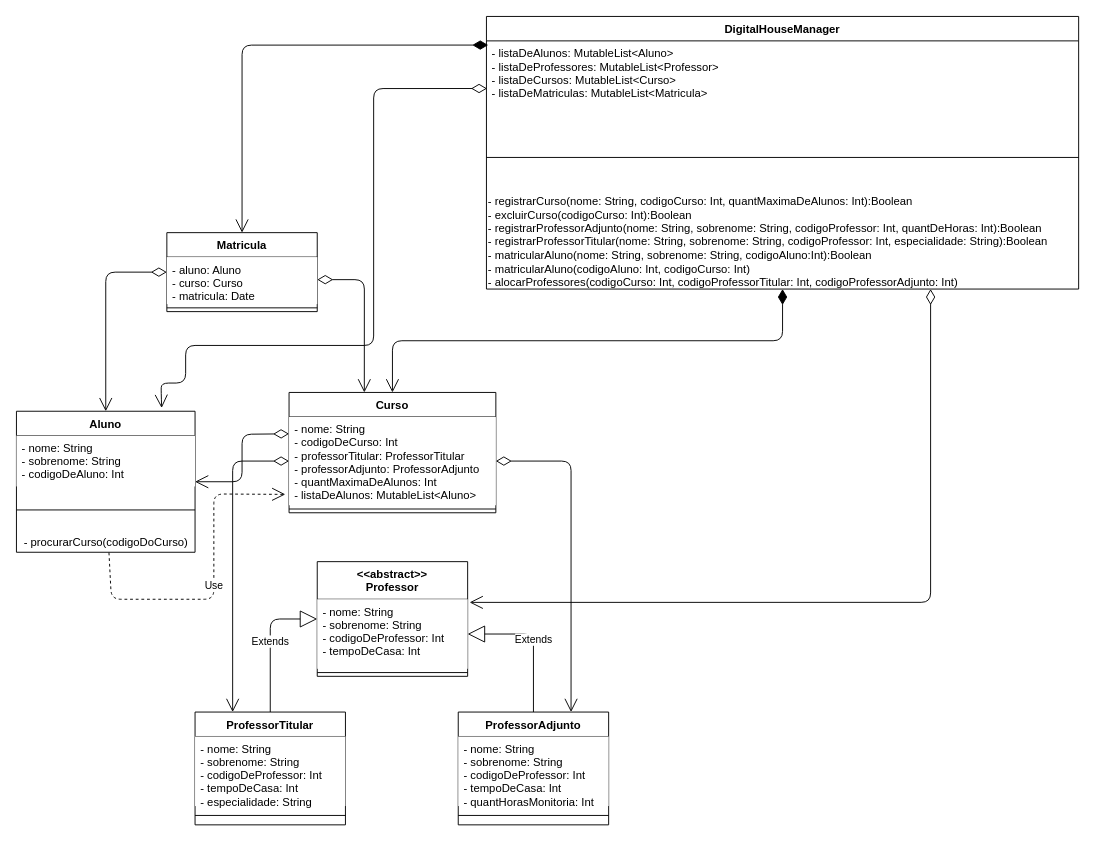
Before: uml/parteK.drawio in ItaloJamison/desafioKotlin, a draw.io diagram. Source tidied: cells renumbered, new cells numbered last; positions are measured from the earlier drawing's top-left corner, leaving out a move shared by most shapes. Both pictures are drawn from the tidied source at 94%, with x=0, y=0 at pixel (16, 16).
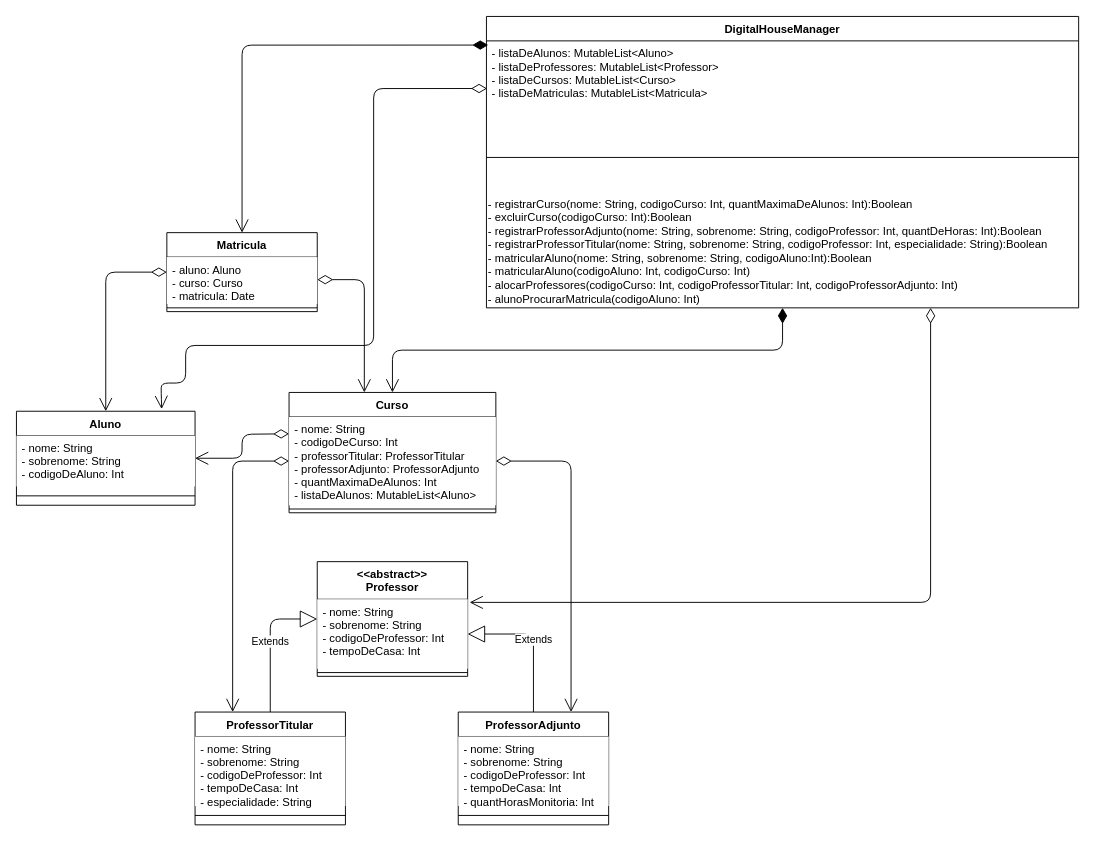
Above is the later version.

Commit message (it also covers changes not shown here):
Atualizando UML

Unchanged cells that the change refers to:
```xml
<mxCell id="31" value="- nome: String&#10;- codigoDeCurso: Int&#10;- professorTitular: ProfessorTitular&#10;- professorAdjunto: ProfessorAdjunto&#10;- quantMaximaDeAlunos: Int&#10;- listaDeAlunos: MutableList&lt;Aluno&gt;&#10;" style="text;strokeColor=none;align=left;verticalAlign=top;spacingLeft=4;spacingRight=4;overflow=hidden;points=[[0,0.5],[1,0.5]];portConstraint=eastwest;fillColor=#ffffff;" parent="30" vertex="1">
  <mxGeometry y="26" width="220" height="94" as="geometry" />
</mxCell>
```

Change to the diagram source:
```diff
@@
     <mxCell id="16" value="DigitalHouseManager" style="swimlane;fontStyle=1;align=center;verticalAlign=middle;horizontal=1;startSize=26;" parent="1" vertex="1">
-      <mxGeometry x="500" width="630" height="290" as="geometry" />
+      <mxGeometry x="500" width="630" height="310" as="geometry" />
     </mxCell>
@@
-    <mxCell id="19" value="&lt;div&gt;- registrarCurso(nome: String, codigoCurso: Int, quantMaximaDeAlunos: Int):Boolean&lt;/div&gt;&lt;div&gt;- excluirCurso(codigoCurso: Int):Boolean&lt;/div&gt;&lt;div&gt;- registrarProfessorAdjunto(nome: String, sobrenome: String, codigoProfessor: Int, quantDeHoras: Int):Boolean&lt;/div&gt;&lt;div&gt;- registrarProfessorTitular(nome: String, sobrenome: String, codigoProfessor: Int, especialidade: String):Boolean&lt;/div&gt;&lt;div&gt;- matricularAluno(nome: String, sobrenome: String, codigoAluno:Int):Boolean&lt;/div&gt;&lt;div&gt;- matricularAluno(codigoAluno: Int, codigoCurso: Int)&lt;/div&gt;&lt;div&gt;- alocarProfessores(codigoCurso: Int, codigoProfessorTitular: Int, codigoProfessorAdjunto: Int)&lt;/div&gt;" style="text;html=1;align=left;verticalAlign=middle;horizontal=1;rounded=0;" parent="16" vertex="1">
-      <mxGeometry y="190" width="630" height="100" as="geometry" />
+    <mxCell id="19" value="&lt;div&gt;- registrarCurso(nome: String, codigoCurso: Int, quantMaximaDeAlunos: Int):Boolean&lt;/div&gt;&lt;div&gt;- excluirCurso(codigoCurso: Int):Boolean&lt;/div&gt;&lt;div&gt;- registrarProfessorAdjunto(nome: String, sobrenome: String, codigoProfessor: Int, quantDeHoras: Int):Boolean&lt;/div&gt;&lt;div&gt;- registrarProfessorTitular(nome: String, sobrenome: String, codigoProfessor: Int, especialidade: String):Boolean&lt;/div&gt;&lt;div&gt;- matricularAluno(nome: String, sobrenome: String, codigoAluno:Int):Boolean&lt;/div&gt;&lt;div&gt;- matricularAluno(codigoAluno: Int, codigoCurso: Int)&lt;/div&gt;&lt;div&gt;- alocarProfessores(codigoCurso: Int, codigoProfessorTitular: Int, codigoProfessorAdjunto: Int)&lt;/div&gt;&lt;div&gt;- alunoProcurarMatricula(codigoAluno: Int)&lt;/div&gt;" style="text;html=1;align=left;verticalAlign=middle;horizontal=1;rounded=0;" parent="16" vertex="1">
+      <mxGeometry y="190" width="630" height="120" as="geometry" />
     </mxCell>
     <mxCell id="20" value="Aluno" style="swimlane;fontStyle=1;align=center;verticalAlign=top;horizontal=1;startSize=26;" parent="1" vertex="1">
-      <mxGeometry y="420" width="190" height="150" as="geometry" />
+      <mxGeometry y="420" width="190" height="100" as="geometry" />
     </mxCell>
@@
     <mxCell id="22" style="line;strokeWidth=1;fillColor=none;align=left;verticalAlign=middle;spacingTop=-1;spacingLeft=3;spacingRight=3;labelPosition=right;" parent="20" vertex="1">
-      <mxGeometry y="80" width="190" height="50" as="geometry" />
+      <mxGeometry y="80" width="190" height="20" as="geometry" />
     </mxCell>
-    <mxCell id="23" value="- procurarCurso(codigoDoCurso)" style="text;html=1;align=center;verticalAlign=middle;points=[];" parent="20" vertex="1">
-      <mxGeometry y="130" width="190" height="20" as="geometry" />
-    </mxCell>
@@
-    <mxCell id="36" value="Use" style="endArrow=open;endSize=12;dashed=1;html=1;entryX=-0.018;entryY=0.877;entryDx=0;entryDy=0;entryPerimeter=0;exitX=0.518;exitY=1.016;exitDx=0;exitDy=0;exitPerimeter=0;" parent="1" edge="1" source="23" target="31">
-      <mxGeometry relative="1" as="geometry">
-        <Array as="points">
-          <mxPoint x="101" y="620" />
-          <mxPoint x="210" y="620" />
-          <mxPoint x="210" y="508" />
-        </Array>
-      </mxGeometry>
-    </mxCell>
```
